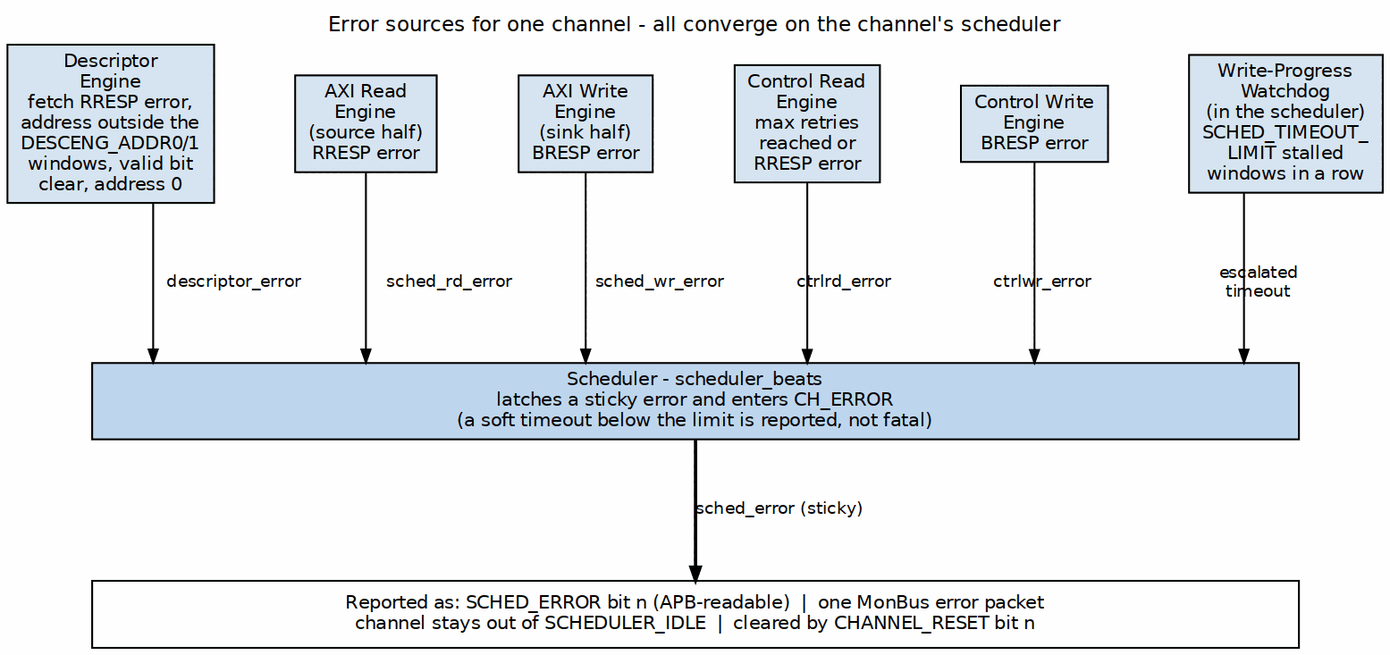
sean-galloway/RTLDesignSherpa keeps this Graphviz diagram as projects/components/dma-ip/rapids/docs/rapids_beats_has/assets/graphviz/ch05_error_sources.png. Above is the earlier version. Its source is kept beside it as projects/components/dma-ip/rapids/docs/rapids_beats_has/assets/graphviz/ch05_error_sources.dot. Its diagram source:
```dot
digraph rapids_beats_error_sources {
    graph [rankdir=TB, bgcolor="white", fontname="Helvetica", fontsize=11,
           nodesep="0.30", ranksep="0.90", splines=ortho,
           label="Error sources for one channel - all converge on the channel's scheduler",
           labelloc=t, labeljust=c];
    node  [fontname="Helvetica", fontsize=10, shape=box, style=filled,
           fillcolor="#D6E4F0", color="black", margin="0.10,0.06"];
    edge  [fontname="Helvetica", fontsize=9, color="black", arrowsize=0.7];

    de [label="Descriptor\nEngine\nfetch RRESP error,\naddress outside the\nDESCENG_ADDR0/1\nwindows, valid bit\nclear, address 0"];
    rd [label="AXI Read\nEngine\n(source half)\nRRESP error"];
    wr [label="AXI Write\nEngine\n(sink half)\nBRESP error"];
    cr [label="Control Read\nEngine\nmax retries\nreached or\nRRESP error"];
    cw [label="Control Write\nEngine\nBRESP error"];
    to [label="Write-Progress\nWatchdog\n(in the scheduler)\nSCHED_TIMEOUT_\nLIMIT stalled\nwindows in a row"];

    sc [label="Scheduler - scheduler_beats\nlatches a sticky error and enters CH_ERROR\n(a soft timeout below the limit is reported, not fatal)", width=9.0, fillcolor="#BFD7EE"];
    out [label="Reported as: SCHED_ERROR bit n (APB-readable)  |  one MonBus error packet\nchannel stays out of SCHEDULER_IDLE  |  cleared by CHANNEL_RESET bit n", fillcolor="white", width=9.0];

    de -> sc [label="descriptor_error"];
    rd -> sc [label="sched_rd_error"];
    wr -> sc [label="sched_wr_error"];
    cr -> sc [label="ctrlrd_error"];
    cw -> sc [label="ctrlwr_error"];
    to -> sc [label="escalated\ntimeout"];
    sc -> out [label="sched_error (sticky)", penwidth=1.8];
    { rank=same; de; rd; wr; cr; cw; to; }
    de -> rd -> wr -> cr -> cw -> to [style=invis];
}
```
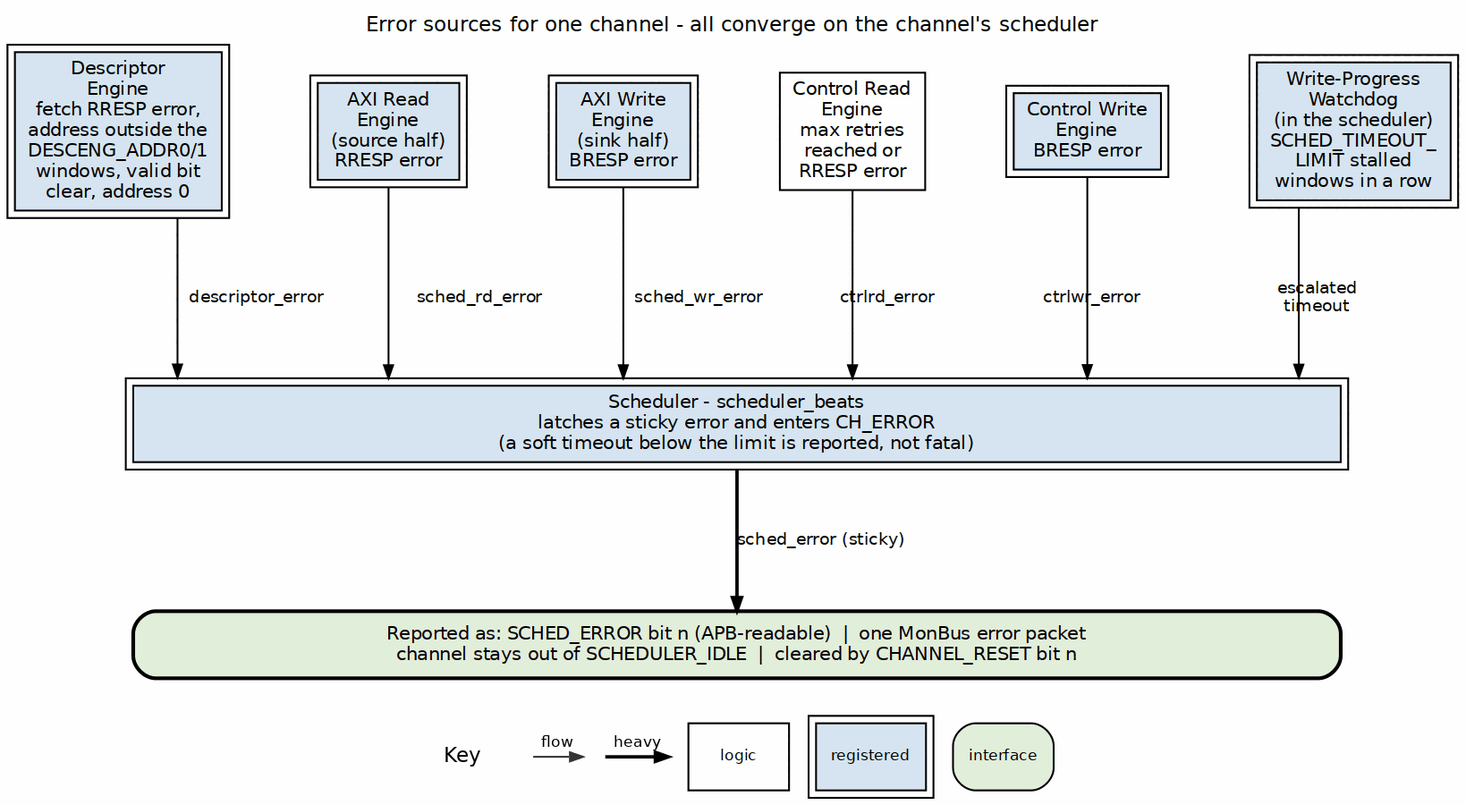
Above is the later version.

What changed in the source:
```diff
@@ -4,18 +4,18 @@
            label="Error sources for one channel - all converge on the channel's scheduler",
            labelloc=t, labeljust=c];
     node  [fontname="Helvetica", fontsize=10, shape=box, style=filled,
-           fillcolor="#D6E4F0", color="black", margin="0.10,0.06"];
+           fillcolor="white", color="black", margin="0.10,0.06"];
     edge  [fontname="Helvetica", fontsize=9, color="black", arrowsize=0.7];
 
-    de [label="Descriptor\nEngine\nfetch RRESP error,\naddress outside the\nDESCENG_ADDR0/1\nwindows, valid bit\nclear, address 0"];
-    rd [label="AXI Read\nEngine\n(source half)\nRRESP error"];
-    wr [label="AXI Write\nEngine\n(sink half)\nBRESP error"];
-    cr [label="Control Read\nEngine\nmax retries\nreached or\nRRESP error"];
-    cw [label="Control Write\nEngine\nBRESP error"];
-    to [label="Write-Progress\nWatchdog\n(in the scheduler)\nSCHED_TIMEOUT_\nLIMIT stalled\nwindows in a row"];
+    de [label="Descriptor\nEngine\nfetch RRESP error,\naddress outside the\nDESCENG_ADDR0/1\nwindows, valid bit\nclear, address 0", peripheries=2, style="filled", fillcolor="#D6E4F0"];
+    rd [label="AXI Read\nEngine\n(source half)\nRRESP error", peripheries=2, style="filled", fillcolor="#D6E4F0"];
+    wr [label="AXI Write\nEngine\n(sink half)\nBRESP error", peripheries=2, style="filled", fillcolor="#D6E4F0"];
+    cr [label="Control Read\nEngine\nmax retries\nreached or\nRRESP error", style="filled", fillcolor="white"];
+    cw [label="Control Write\nEngine\nBRESP error", peripheries=2, style="filled", fillcolor="#D6E4F0"];
+    to [label="Write-Progress\nWatchdog\n(in the scheduler)\nSCHED_TIMEOUT_\nLIMIT stalled\nwindows in a row", peripheries=2, style="filled", fillcolor="#D6E4F0"];
 
-    sc [label="Scheduler - scheduler_beats\nlatches a sticky error and enters CH_ERROR\n(a soft timeout below the limit is reported, not fatal)", width=9.0, fillcolor="#BFD7EE"];
-    out [label="Reported as: SCHED_ERROR bit n (APB-readable)  |  one MonBus error packet\nchannel stays out of SCHEDULER_IDLE  |  cleared by CHANNEL_RESET bit n", fillcolor="white", width=9.0];
+    sc [label="Scheduler - scheduler_beats\nlatches a sticky error and enters CH_ERROR\n(a soft timeout below the limit is reported, not fatal)", width=9.0, fillcolor="#BFD7EE", peripheries=2, style="filled", fillcolor="#D6E4F0"];
+    out [label="Reported as: SCHED_ERROR bit n (APB-readable)  |  one MonBus error packet\nchannel stays out of SCHEDULER_IDLE  |  cleared by CHANNEL_RESET bit n", fillcolor="white", width=9.0, style="rounded,filled,bold", fillcolor="#E2EFDA"];
 
     de -> sc [label="descriptor_error"];
     rd -> sc [label="sched_rd_error"];
```
